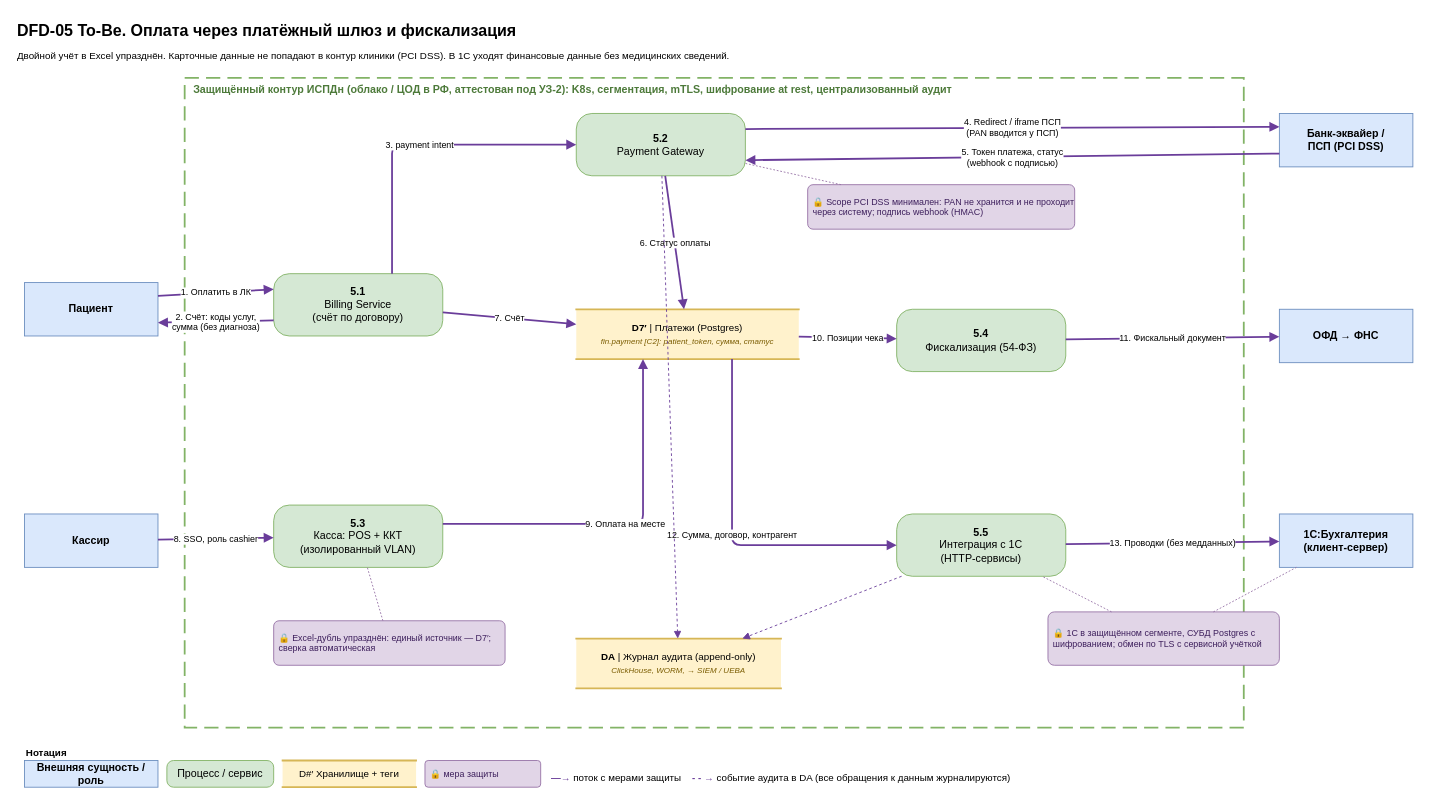
Above: Task1/dfd/DFD-05-payments.drawio in SiritosKon/architecture-medikamente (draw.io), before the change. Source tidied: cells renumbered, new cells numbered last; positions are measured from the earlier drawing's top-left corner, leaving out a move shared by most shapes. Both pictures are drawn from the tidied source at 89%, with x=0, y=0 at pixel (15, 15).
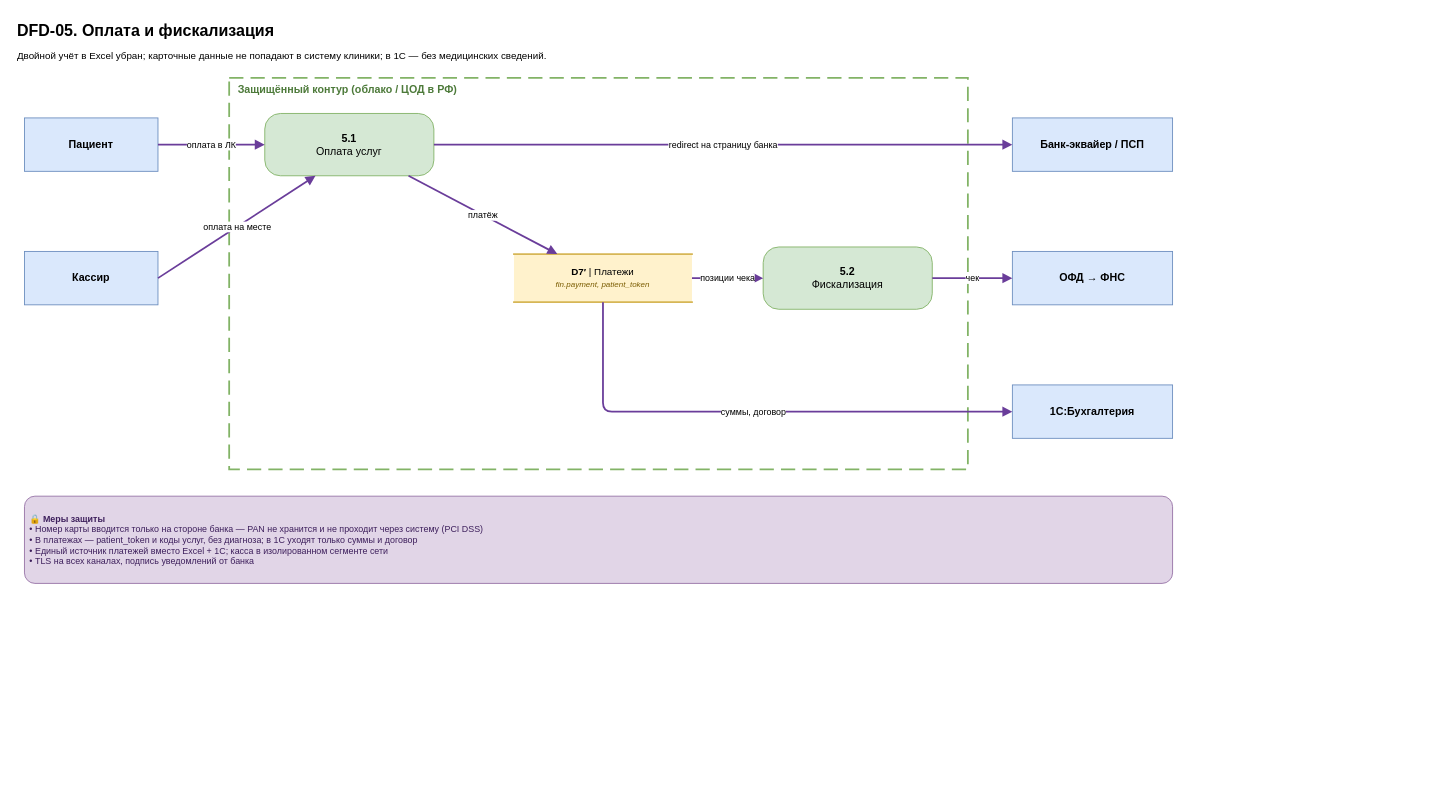
The same page after the edit.

What changed in the source:
```diff
@@
-    <mxCell id="2" value="DFD-05 To-Be. Оплата через платёжный шлюз и фискализация" style="text;html=1;align=left;verticalAlign=top;fontSize=18;fontStyle=1;whiteSpace=wrap;" parent="1" vertex="1">
-      <mxGeometry width="1600" height="30" as="geometry" />
+    <mxCell id="2" value="DFD-05. Оплата и фискализация" style="text;html=1;align=left;verticalAlign=top;fontSize=18;fontStyle=1;whiteSpace=wrap;" parent="1" vertex="1">
+      <mxGeometry width="1320" height="30" as="geometry" />
     </mxCell>
-    <mxCell id="3" value="Двойной учёт в Excel упразднён. Карточные данные не попадают в контур клиники (PCI DSS). В 1С уходят финансовые данные без медицинских сведений." style="text;html=1;align=left;verticalAlign=top;fontSize=11;whiteSpace=wrap;" parent="1" vertex="1">
-      <mxGeometry y="32" width="1600" height="30" as="geometry" />
+    <mxCell id="3" value="Двойной учёт в Excel убран; карточные данные не попадают в систему клиники; в 1С — без медицинских сведений." style="text;html=1;align=left;verticalAlign=top;fontSize=11;whiteSpace=wrap;" parent="1" vertex="1">
+      <mxGeometry y="32" width="1320" height="24" as="geometry" />
     </mxCell>
-    <mxCell id="4" value="Защищённый контур ИСПДн (облако / ЦОД в РФ, аттестован под УЗ-2): K8s, сегментация, mTLS, шифрование at rest, централизованный аудит" style="rounded=0;whiteSpace=wrap;html=1;dashed=1;dashPattern=8 4;fillColor=none;strokeColor=#82b366;strokeWidth=2;verticalAlign=top;align=left;spacingLeft=8;fontColor=#4d7a3a;fontStyle=1;fontSize=12;" parent="1" vertex="1">
-      <mxGeometry x="190" y="70" width="1190" height="730" as="geometry" />
+    <mxCell id="4" value="Защищённый контур (облако / ЦОД в РФ)" style="rounded=0;whiteSpace=wrap;html=1;dashed=1;dashPattern=8 4;fillColor=none;strokeColor=#82b366;strokeWidth=2;verticalAlign=top;align=left;spacingLeft=8;fontColor=#4d7a3a;fontStyle=1;fontSize=12;" parent="1" vertex="1">
+      <mxGeometry x="240" y="70" width="830" height="440" as="geometry" />
     </mxCell>
-    <mxCell id="5" value="&lt;b&gt;Нотация&lt;/b&gt;" style="text;html=1;align=left;verticalAlign=top;fontSize=11;whiteSpace=wrap;" parent="1" vertex="1">
-      <mxGeometry x="10" y="815" width="250" height="20" as="geometry" />
+    <mxCell id="5" value="Пациент" style="rounded=0;whiteSpace=wrap;html=1;fillColor=#dae8fc;strokeColor=#6c8ebf;fontStyle=1;fontSize=12;" parent="1" vertex="1">
+      <mxGeometry x="10" y="115" width="150" height="60" as="geometry" />
     </mxCell>
-    <mxCell id="6" value="Внешняя сущность / роль" style="rounded=0;whiteSpace=wrap;html=1;fillColor=#dae8fc;strokeColor=#6c8ebf;fontStyle=1;fontSize=12;" parent="1" vertex="1">
-      <mxGeometry x="10" y="837" width="150" height="30" as="geometry" />
+    <mxCell id="6" value="Кассир" style="rounded=0;whiteSpace=wrap;html=1;fillColor=#dae8fc;strokeColor=#6c8ebf;fontStyle=1;fontSize=12;" parent="1" vertex="1">
+      <mxGeometry x="10" y="265" width="150" height="60" as="geometry" />
     </mxCell>
-    <mxCell id="7" value="Процесс / сервис" style="rounded=1;arcSize=25;whiteSpace=wrap;html=1;fillColor=#d5e8d4;strokeColor=#82b366;fontSize=12;" parent="1" vertex="1">
-      <mxGeometry x="170" y="837" width="120" height="30" as="geometry" />
+    <mxCell id="7" value="Банк-эквайер / ПСП" style="rounded=0;whiteSpace=wrap;html=1;fillColor=#dae8fc;strokeColor=#6c8ebf;fontStyle=1;fontSize=12;" parent="1" vertex="1">
+      <mxGeometry x="1120" y="115" width="180" height="60" as="geometry" />
     </mxCell>
-    <mxCell id="8" value="D#′ Хранилище + теги" style="shape=partialRectangle;whiteSpace=wrap;html=1;left=0;right=0;fillColor=#fff2cc;strokeColor=#d6b656;strokeWidth=2;fontSize=11;" parent="1" vertex="1">
-      <mxGeometry x="300" y="837" width="150" height="30" as="geometry" />
+    <mxCell id="8" value="ОФД → ФНС" style="rounded=0;whiteSpace=wrap;html=1;fillColor=#dae8fc;strokeColor=#6c8ebf;fontStyle=1;fontSize=12;" parent="1" vertex="1">
+      <mxGeometry x="1120" y="265" width="180" height="60" as="geometry" />
     </mxCell>
-    <mxCell id="9" value="🔒 мера защиты" style="rounded=1;whiteSpace=wrap;html=1;fillColor=#e1d5e7;strokeColor=#9673a6;fontColor=#3d1f5c;fontSize=10;align=left;spacingLeft=4;arcSize=12;" parent="1" vertex="1">
-      <mxGeometry x="460" y="837" width="130" height="30" as="geometry" />
+    <mxCell id="9" value="1С:Бухгалтерия" style="rounded=0;whiteSpace=wrap;html=1;fillColor=#dae8fc;strokeColor=#6c8ebf;fontStyle=1;fontSize=12;" parent="1" vertex="1">
+      <mxGeometry x="1120" y="415" width="180" height="60" as="geometry" />
     </mxCell>
-    <mxCell id="10" value="&lt;font color=&quot;#6a3d9a&quot;&gt;&lt;b&gt;—→&lt;/b&gt;&lt;/font&gt; поток с мерами защиты &amp;nbsp;&amp;nbsp; &lt;font color=&quot;#6a3d9a&quot;&gt;&lt;b&gt;- - →&lt;/b&gt;&lt;/font&gt; событие аудита в DA (все обращения к данным журналируются)" style="text;html=1;align=left;verticalAlign=top;fontSize=11;whiteSpace=wrap;" parent="1" vertex="1">
-      <mxGeometry x="600" y="843" width="600" height="20" as="geometry" />
+    <mxCell id="10" value="&lt;b&gt;5.1&lt;/b&gt;&lt;br&gt;Оплата услуг" style="rounded=1;arcSize=25;whiteSpace=wrap;html=1;fillColor=#d5e8d4;strokeColor=#82b366;fontSize=12;" parent="1" vertex="1">
+      <mxGeometry x="280" y="110" width="190" height="70" as="geometry" />
     </mxCell>
-    <mxCell id="11" value="Пациент" style="rounded=0;whiteSpace=wrap;html=1;fillColor=#dae8fc;strokeColor=#6c8ebf;fontStyle=1;fontSize=12;" parent="1" vertex="1">
-      <mxGeometry x="10" y="300" width="150" height="60" as="geometry" />
+    <mxCell id="11" value="&lt;b&gt;5.2&lt;/b&gt;&lt;br&gt;Фискализация" style="rounded=1;arcSize=25;whiteSpace=wrap;html=1;fillColor=#d5e8d4;strokeColor=#82b366;fontSize=12;" parent="1" vertex="1">
+      <mxGeometry x="840" y="260" width="190" height="70" as="geometry" />
     </mxCell>
-    <mxCell id="12" value="Кассир" style="rounded=0;whiteSpace=wrap;html=1;fillColor=#dae8fc;strokeColor=#6c8ebf;fontStyle=1;fontSize=12;" parent="1" vertex="1">
-      <mxGeometry x="10" y="560" width="150" height="60" as="geometry" />
+    <mxCell id="12" value="&lt;b&gt;D7′&lt;/b&gt; | Платежи&lt;br&gt;&lt;i&gt;&lt;font style=&quot;font-size:9px&quot; color=&quot;#7a5c00&quot;&gt;fin.payment, patient_token&lt;/font&gt;&lt;/i&gt;" style="shape=partialRectangle;whiteSpace=wrap;html=1;left=0;right=0;fillColor=#fff2cc;strokeColor=#d6b656;strokeWidth=2;fontSize=11;" parent="1" vertex="1">
+      <mxGeometry x="560" y="268" width="200" height="54" as="geometry" />
     </mxCell>
-    <mxCell id="13" value="Банк-эквайер /&lt;br&gt;ПСП (PCI DSS)" style="rounded=0;whiteSpace=wrap;html=1;fillColor=#dae8fc;strokeColor=#6c8ebf;fontStyle=1;fontSize=12;" parent="1" vertex="1">
-      <mxGeometry x="1420" y="110" width="150" height="60" as="geometry" />
+    <mxCell id="13" value="оплата в ЛК" style="html=1;endArrow=block;endFill=1;strokeColor=#6a3d9a;strokeWidth=2;fontSize=10;labelBackgroundColor=#ffffff;" parent="1" edge="1" source="5" target="10">
+      <mxGeometry relative="1" as="geometry" />
     </mxCell>
-    <mxCell id="14" value="ОФД → ФНС" style="rounded=0;whiteSpace=wrap;html=1;fillColor=#dae8fc;strokeColor=#6c8ebf;fontStyle=1;fontSize=12;" parent="1" vertex="1">
-      <mxGeometry x="1420" y="330" width="150" height="60" as="geometry" />
+    <mxCell id="14" value="оплата на месте" style="html=1;endArrow=block;endFill=1;strokeColor=#6a3d9a;strokeWidth=2;fontSize=10;labelBackgroundColor=#ffffff;exitX=1;exitY=0.5;exitDx=0;exitDy=0;entryX=0.3;entryY=1;entryDx=0;entryDy=0;" parent="1" edge="1" source="6" target="10">
+      <mxGeometry relative="1" as="geometry" />
     </mxCell>
-    <mxCell id="15" value="1С:Бухгалтерия&lt;br&gt;(клиент-сервер)" style="rounded=0;whiteSpace=wrap;html=1;fillColor=#dae8fc;strokeColor=#6c8ebf;fontStyle=1;fontSize=12;" parent="1" vertex="1">
-      <mxGeometry x="1420" y="560" width="150" height="60" as="geometry" />
+    <mxCell id="15" value="redirect на страницу банка" style="html=1;endArrow=block;endFill=1;strokeColor=#6a3d9a;strokeWidth=2;fontSize=10;labelBackgroundColor=#ffffff;" parent="1" edge="1" source="10" target="7">
+      <mxGeometry relative="1" as="geometry" />
     </mxCell>
-    <mxCell id="16" value="&lt;b&gt;5.1&lt;/b&gt;&lt;br&gt;Billing Service&lt;br&gt;(счёт по договору)" style="rounded=1;arcSize=25;whiteSpace=wrap;html=1;fillColor=#d5e8d4;strokeColor=#82b366;fontSize=12;" parent="1" vertex="1">
-      <mxGeometry x="290" y="290" width="190" height="70" as="geometry" />
+    <mxCell id="16" value="платёж" style="html=1;endArrow=block;endFill=1;strokeColor=#6a3d9a;strokeWidth=2;fontSize=10;labelBackgroundColor=#ffffff;" parent="1" edge="1" source="10" target="12">
+      <mxGeometry relative="1" as="geometry" />
     </mxCell>
-    <mxCell id="17" value="&lt;b&gt;5.2&lt;/b&gt;&lt;br&gt;Payment Gateway" style="rounded=1;arcSize=25;whiteSpace=wrap;html=1;fillColor=#d5e8d4;strokeColor=#82b366;fontSize=12;" parent="1" vertex="1">
-      <mxGeometry x="630" y="110" width="190" height="70" as="geometry" />
+    <mxCell id="17" value="позиции чека" style="html=1;endArrow=block;endFill=1;strokeColor=#6a3d9a;strokeWidth=2;fontSize=10;labelBackgroundColor=#ffffff;" parent="1" edge="1" source="12" target="11">
+      <mxGeometry relative="1" as="geometry" />
     </mxCell>
-    <mxCell id="18" value="&lt;b&gt;5.3&lt;/b&gt;&lt;br&gt;Касса: POS + ККТ&lt;br&gt;(изолированный VLAN)" style="rounded=1;arcSize=25;whiteSpace=wrap;html=1;fillColor=#d5e8d4;strokeColor=#82b366;fontSize=12;" parent="1" vertex="1">
-      <mxGeometry x="290" y="550" width="190" height="70" as="geometry" />
+    <mxCell id="18" value="чек" style="html=1;endArrow=block;endFill=1;strokeColor=#6a3d9a;strokeWidth=2;fontSize=10;labelBackgroundColor=#ffffff;" parent="1" edge="1" source="11" target="8">
+      <mxGeometry relative="1" as="geometry" />
     </mxCell>
-    <mxCell id="19" value="&lt;b&gt;5.4&lt;/b&gt;&lt;br&gt;Фискализация (54-ФЗ)" style="rounded=1;arcSize=25;whiteSpace=wrap;html=1;fillColor=#d5e8d4;strokeColor=#82b366;fontSize=12;" parent="1" vertex="1">
-      <mxGeometry x="990" y="330" width="190" height="70" as="geometry" />
+    <mxCell id="19" value="суммы, договор" style="html=1;endArrow=block;endFill=1;strokeColor=#6a3d9a;strokeWidth=2;fontSize=10;labelBackgroundColor=#ffffff;exitX=0.5;exitY=1;exitDx=0;exitDy=0;entryX=0;entryY=0.5;entryDx=0;entryDy=0;" parent="1" edge="1" source="12" target="9">
+      <mxGeometry relative="1" as="geometry">
+        <Array as="points">
+          <mxPoint x="660" y="445" />
+        </Array>
+      </mxGeometry>
     </mxCell>
-    <mxCell id="20" value="&lt;b&gt;5.5&lt;/b&gt;&lt;br&gt;Интеграция с 1С&lt;br&gt;(HTTP-сервисы)" style="rounded=1;arcSize=25;whiteSpace=wrap;html=1;fillColor=#d5e8d4;strokeColor=#82b366;fontSize=12;" parent="1" vertex="1">
-      <mxGeometry x="990" y="560" width="190" height="70" as="geometry" />
+    <mxCell id="20" value="&lt;b&gt;🔒 Меры защиты&lt;/b&gt;&lt;br&gt;• Номер карты вводится только на стороне банка — PAN не хранится и не проходит через систему (PCI DSS)&lt;br&gt;• В платежах — patient_token и коды услуг, без диагноза; в 1С уходят только суммы и договор&lt;br&gt;• Единый источник платежей вместо Excel + 1С; касса в изолированном сегменте сети&lt;br&gt;• TLS на всех каналах, подпись уведомлений от банка" style="rounded=1;whiteSpace=wrap;html=1;fillColor=#e1d5e7;strokeColor=#9673a6;fontColor=#3d1f5c;fontSize=10;align=left;spacingLeft=4;arcSize=12;" parent="1" vertex="1">
+      <mxGeometry x="10" y="540" width="1290" height="98" as="geometry" />
     </mxCell>
-    <mxCell id="21" value="&lt;b&gt;D7′&lt;/b&gt; | Платежи (Postgres)&lt;br&gt;&lt;i&gt;&lt;font style=&quot;font-size:9px&quot; color=&quot;#7a5c00&quot;&gt;fin.payment [C2]: patient_token, сумма, статус&lt;/font&gt;&lt;/i&gt;" style="shape=partialRectangle;whiteSpace=wrap;html=1;left=0;right=0;fillColor=#fff2cc;strokeColor=#d6b656;strokeWidth=2;fontSize=11;" parent="1" vertex="1">
-      <mxGeometry x="630" y="330" width="250" height="56" as="geometry" />
-    </mxCell>
-    <mxCell id="22" value="1. Оплатить в ЛК" style="html=1;endArrow=block;endFill=1;strokeColor=#6a3d9a;strokeWidth=2;fontSize=10;labelBackgroundColor=#ffffff;exitX=1;exitY=0.24999999999999997;exitDx=0;exitDy=0;entryX=0;entryY=0.24999999999999997;entryDx=0;entryDy=0;" parent="1" edge="1" source="11" target="16">
-      <mxGeometry relative="1" as="geometry" />
-    </mxCell>
-    <mxCell id="23" value="2. Счёт: коды услуг,&lt;br&gt;сумма (без диагноза)" style="html=1;endArrow=block;endFill=1;strokeColor=#6a3d9a;strokeWidth=2;fontSize=10;labelBackgroundColor=#ffffff;exitX=0;exitY=0.75;exitDx=0;exitDy=0;entryX=1;entryY=0.75;entryDx=0;entryDy=0;" parent="1" edge="1" source="16" target="11">
-      <mxGeometry relative="1" as="geometry" />
-    </mxCell>
-    <mxCell id="24" value="3. payment intent" style="html=1;endArrow=block;endFill=1;strokeColor=#6a3d9a;strokeWidth=2;fontSize=10;labelBackgroundColor=#ffffff;exitX=0.7;exitY=0;exitDx=0;exitDy=0;entryX=0;entryY=0.5;entryDx=0;entryDy=0;" parent="1" edge="1" source="16" target="17">
-      <mxGeometry relative="1" as="geometry">
-        <Array as="points">
-          <mxPoint x="423" y="145" />
-        </Array>
-      </mxGeometry>
-    </mxCell>
-    <mxCell id="25" value="4. Redirect / iframe ПСП&lt;br&gt;(PAN вводится у ПСП)" style="html=1;endArrow=block;endFill=1;strokeColor=#6a3d9a;strokeWidth=2;fontSize=10;labelBackgroundColor=#ffffff;exitX=1;exitY=0.24999999999999997;exitDx=0;exitDy=0;entryX=0;entryY=0.24999999999999997;entryDx=0;entryDy=0;" parent="1" edge="1" source="17" target="13">
-      <mxGeometry relative="1" as="geometry" />
-    </mxCell>
-    <mxCell id="26" value="5. Токен платежа, статус&lt;br&gt;(webhook с подписью)" style="html=1;endArrow=block;endFill=1;strokeColor=#6a3d9a;strokeWidth=2;fontSize=10;labelBackgroundColor=#ffffff;exitX=0;exitY=0.75;exitDx=0;exitDy=0;entryX=1;entryY=0.75;entryDx=0;entryDy=0;" parent="1" edge="1" source="13" target="17">
-      <mxGeometry relative="1" as="geometry" />
-    </mxCell>
-    <mxCell id="27" value="6. Статус оплаты" style="html=1;endArrow=block;endFill=1;strokeColor=#6a3d9a;strokeWidth=2;fontSize=10;labelBackgroundColor=#ffffff;" parent="1" edge="1" source="17" target="21">
-      <mxGeometry relative="1" as="geometry" />
-    </mxCell>
-    <mxCell id="28" value="7. Счёт" style="html=1;endArrow=block;endFill=1;strokeColor=#6a3d9a;strokeWidth=2;fontSize=10;labelBackgroundColor=#ffffff;" parent="1" edge="1" source="16" target="21">
-      <mxGeometry relative="1" as="geometry" />
-    </mxCell>
-    <mxCell id="29" value="8. SSO, роль cashier" style="html=1;endArrow=block;endFill=1;strokeColor=#6a3d9a;strokeWidth=2;fontSize=10;labelBackgroundColor=#ffffff;" parent="1" edge="1" source="12" target="18">
-      <mxGeometry relative="1" as="geometry" />
-    </mxCell>
-    <mxCell id="30" value="9. Оплата на месте" style="html=1;endArrow=block;endFill=1;strokeColor=#6a3d9a;strokeWidth=2;fontSize=10;labelBackgroundColor=#ffffff;exitX=1;exitY=0.3;exitDx=0;exitDy=0;entryX=0.3;entryY=1;entryDx=0;entryDy=0;" parent="1" edge="1" source="18" target="21">
-      <mxGeometry relative="1" as="geometry">
-        <Array as="points">
-          <mxPoint x="705" y="571" />
-        </Array>
-      </mxGeometry>
-    </mxCell>
-    <mxCell id="31" value="10. Позиции чека" style="html=1;endArrow=block;endFill=1;strokeColor=#6a3d9a;strokeWidth=2;fontSize=10;labelBackgroundColor=#ffffff;" parent="1" edge="1" source="21" target="19">
-      <mxGeometry relative="1" as="geometry" />
-    </mxCell>
-    <mxCell id="32" value="11. Фискальный документ" style="html=1;endArrow=block;endFill=1;strokeColor=#6a3d9a;strokeWidth=2;fontSize=10;labelBackgroundColor=#ffffff;" parent="1" edge="1" source="19" target="14">
-      <mxGeometry relative="1" as="geometry" />
-    </mxCell>
-    <mxCell id="33" value="12. Сумма, договор, контрагент" style="html=1;endArrow=block;endFill=1;strokeColor=#6a3d9a;strokeWidth=2;fontSize=10;labelBackgroundColor=#ffffff;exitX=0.7;exitY=1;exitDx=0;exitDy=0;entryX=0;entryY=0.5;entryDx=0;entryDy=0;" parent="1" edge="1" source="21" target="20">
-      <mxGeometry relative="1" as="geometry">
-        <Array as="points">
-          <mxPoint x="805" y="595" />
-        </Array>
-      </mxGeometry>
-    </mxCell>
-    <mxCell id="34" value="13. Проводки (без медданных)" style="html=1;endArrow=block;endFill=1;strokeColor=#6a3d9a;strokeWidth=2;fontSize=10;labelBackgroundColor=#ffffff;" parent="1" edge="1" source="20" target="15">
-      <mxGeometry relative="1" as="geometry" />
-    </mxCell>
-    <mxCell id="35" value="&lt;b&gt;DA&lt;/b&gt; | Журнал аудита (append-only)&lt;br&gt;&lt;i&gt;&lt;font style=&quot;font-size:9px&quot; color=&quot;#7a5c00&quot;&gt;ClickHouse, WORM, → SIEM / UEBA&lt;/font&gt;&lt;/i&gt;" style="shape=partialRectangle;whiteSpace=wrap;html=1;left=0;right=0;fillColor=#fff2cc;strokeColor=#d6b656;strokeWidth=2;fontSize=11;" parent="1" vertex="1">
-      <mxGeometry x="630" y="700" width="230" height="56" as="geometry" />
-    </mxCell>
-    <mxCell id="36" style="html=1;endArrow=block;endFill=1;strokeColor=#6a3d9a;dashed=1;fontSize=10;fontColor=#4b2a70;labelBackgroundColor=#ffffff;" parent="1" edge="1" source="17" target="35">
-      <mxGeometry relative="1" as="geometry" />
-    </mxCell>
-    <mxCell id="37" style="html=1;endArrow=block;endFill=1;strokeColor=#6a3d9a;dashed=1;fontSize=10;fontColor=#4b2a70;labelBackgroundColor=#ffffff;" parent="1" edge="1" source="20" target="35">
-      <mxGeometry relative="1" as="geometry" />
-    </mxCell>
-    <mxCell id="38" value="🔒 Scope PCI DSS минимален: PAN не хранится и не проходит через систему; подпись webhook (HMAC)" style="rounded=1;whiteSpace=wrap;html=1;fillColor=#e1d5e7;strokeColor=#9673a6;fontColor=#3d1f5c;fontSize=10;align=left;spacingLeft=4;arcSize=12;" parent="1" vertex="1">
-      <mxGeometry x="890" y="190" width="300" height="50" as="geometry" />
-    </mxCell>
-    <mxCell id="39" style="html=1;endArrow=none;strokeColor=#9673a6;dashed=1;dashPattern=2 2;" parent="1" edge="1" source="38" target="17">
-      <mxGeometry relative="1" as="geometry" />
-    </mxCell>
-    <mxCell id="40" value="🔒 Excel-дубль упразднён: единый источник — D7′; сверка автоматическая" style="rounded=1;whiteSpace=wrap;html=1;fillColor=#e1d5e7;strokeColor=#9673a6;fontColor=#3d1f5c;fontSize=10;align=left;spacingLeft=4;arcSize=12;" parent="1" vertex="1">
-      <mxGeometry x="290" y="680" width="260" height="50" as="geometry" />
-    </mxCell>
-    <mxCell id="41" style="html=1;endArrow=none;strokeColor=#9673a6;dashed=1;dashPattern=2 2;" parent="1" edge="1" source="40" target="18">
-      <mxGeometry relative="1" as="geometry" />
-    </mxCell>
-    <mxCell id="42" value="🔒 1С в защищённом сегменте, СУБД Postgres с шифрованием; обмен по TLS с сервисной учёткой" style="rounded=1;whiteSpace=wrap;html=1;fillColor=#e1d5e7;strokeColor=#9673a6;fontColor=#3d1f5c;fontSize=10;align=left;spacingLeft=4;arcSize=12;" parent="1" vertex="1">
-      <mxGeometry x="1160" y="670" width="260" height="60" as="geometry" />
-    </mxCell>
-    <mxCell id="43" style="html=1;endArrow=none;strokeColor=#9673a6;dashed=1;dashPattern=2 2;" parent="1" edge="1" source="42" target="15">
-      <mxGeometry relative="1" as="geometry" />
-    </mxCell>
-    <mxCell id="44" style="html=1;endArrow=none;strokeColor=#9673a6;dashed=1;dashPattern=2 2;" parent="1" edge="1" source="42" target="20">
-      <mxGeometry relative="1" as="geometry" />
-    </mxCell>
```
